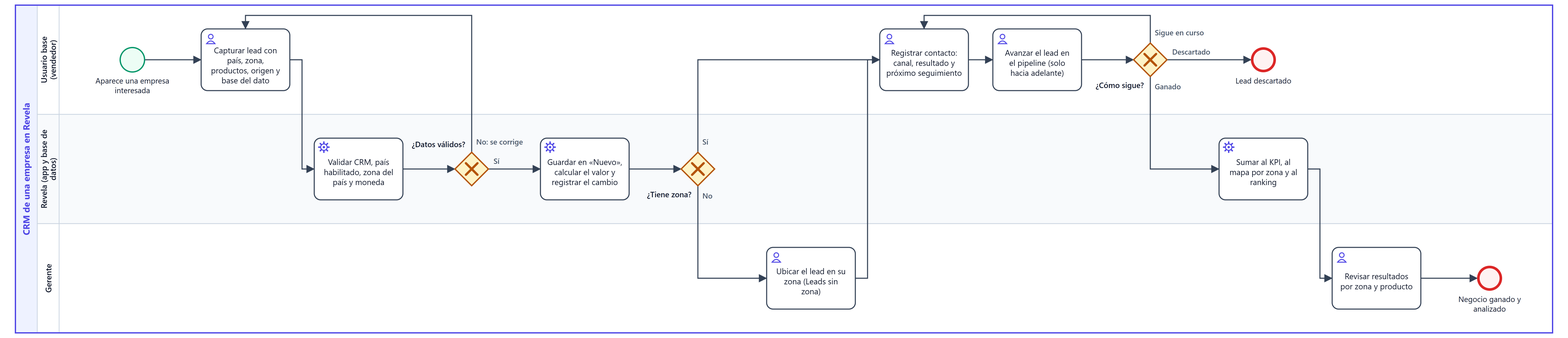
The BPMN diagram docs/bpmn/diapositiva/proceso-comercial.png in YairCosta/CAPSTONE_003D, before a commit. Its source is kept beside it as docs/bpmn/proceso-comercial.bpmn. Ids are renumbered. The source it was exported from:
```xml
<bpmn:definitions xmlns:bpmn="http://www.omg.org/spec/BPMN/20100524/MODEL" xmlns:bpmndi="http://www.omg.org/spec/BPMN/20100524/DI" xmlns:dc="http://www.omg.org/spec/DD/20100524/DC" xmlns:di="http://www.omg.org/spec/DD/20100524/DI" xmlns:xsi="http://www.w3.org/2001/XMLSchema-instance" id="Definiciones_proceso-comercial" targetNamespace="https://revela.cl/bpmn" exporter="Revela (scripts/generar-bpmn.mjs)" exporterVersion="1.0">
  <bpmn:collaboration id="Colaboracion_proceso-comercial">
    <bpmn:documentation>Proceso 1 · De interesado a cliente: de la captura al cierre de un lead</bpmn:documentation>
    <bpmn:participant id="Participante_proceso-comercial" name="CRM de una empresa en Revela" processRef="Proceso_proceso-comercial" />
  </bpmn:collaboration>
  <bpmn:process id="Proceso_proceso-comercial" name="Proceso 1 · De interesado a cliente: de la captura al cierre de un lead" isExecutable="false">
    <bpmn:laneSet id="Carriles_proceso-comercial">
      <bpmn:lane id="Carril_vendedor" name="Usuario base (vendedor)">
        <bpmn:flowNodeRef>Nodo_inicio</bpmn:flowNodeRef>
        <bpmn:flowNodeRef>Nodo_capturar</bpmn:flowNodeRef>
        <bpmn:flowNodeRef>Nodo_contactar</bpmn:flowNodeRef>
        <bpmn:flowNodeRef>Nodo_avanzar</bpmn:flowNodeRef>
        <bpmn:flowNodeRef>Nodo_gResultado</bpmn:flowNodeRef>
        <bpmn:flowNodeRef>Nodo_descartado</bpmn:flowNodeRef>
      </bpmn:lane>
      <bpmn:lane id="Carril_sistema" name="Revela (app y base de datos)">
        <bpmn:flowNodeRef>Nodo_validar</bpmn:flowNodeRef>
        <bpmn:flowNodeRef>Nodo_gValido</bpmn:flowNodeRef>
        <bpmn:flowNodeRef>Nodo_guardar</bpmn:flowNodeRef>
        <bpmn:flowNodeRef>Nodo_gZona</bpmn:flowNodeRef>
        <bpmn:flowNodeRef>Nodo_kpi</bpmn:flowNodeRef>
      </bpmn:lane>
      <bpmn:lane id="Carril_gerente" name="Gerente">
        <bpmn:flowNodeRef>Nodo_ubicar</bpmn:flowNodeRef>
        <bpmn:flowNodeRef>Nodo_revisar</bpmn:flowNodeRef>
        <bpmn:flowNodeRef>Nodo_ganado</bpmn:flowNodeRef>
      </bpmn:lane>
    </bpmn:laneSet>
    <bpmn:startEvent id="Nodo_inicio" name="Aparece una empresa interesada">
      <bpmn:outgoing>Flujo_1</bpmn:outgoing>
    </bpmn:startEvent>
    <bpmn:userTask id="Nodo_capturar" name="Capturar lead con país, zona, productos, origen y base del dato">
      <bpmn:incoming>Flujo_1</bpmn:incoming>
      <bpmn:incoming>Flujo_4</bpmn:incoming>
      <bpmn:outgoing>Flujo_2</bpmn:outgoing>
    </bpmn:userTask>
    <bpmn:serviceTask id="Nodo_validar" name="Validar CRM, país habilitado, zona del país y moneda">
      <bpmn:incoming>Flujo_2</bpmn:incoming>
      <bpmn:outgoing>Flujo_3</bpmn:outgoing>
    </bpmn:serviceTask>
    <bpmn:exclusiveGateway id="Nodo_gValido" name="¿Datos válidos?">
      <bpmn:incoming>Flujo_3</bpmn:incoming>
      <bpmn:outgoing>Flujo_4</bpmn:outgoing>
      <bpmn:outgoing>Flujo_5</bpmn:outgoing>
    </bpmn:exclusiveGateway>
    <bpmn:serviceTask id="Nodo_guardar" name="Guardar en «Nuevo», calcular el valor y registrar el cambio">
      <bpmn:incoming>Flujo_5</bpmn:incoming>
      <bpmn:outgoing>Flujo_6</bpmn:outgoing>
    </bpmn:serviceTask>
    <bpmn:exclusiveGateway id="Nodo_gZona" name="¿Tiene zona?">
      <bpmn:incoming>Flujo_6</bpmn:incoming>
      <bpmn:outgoing>Flujo_7</bpmn:outgoing>
      <bpmn:outgoing>Flujo_8</bpmn:outgoing>
    </bpmn:exclusiveGateway>
    <bpmn:userTask id="Nodo_ubicar" name="Ubicar el lead en su zona (Leads sin zona)">
      <bpmn:incoming>Flujo_7</bpmn:incoming>
      <bpmn:outgoing>Flujo_9</bpmn:outgoing>
    </bpmn:userTask>
    <bpmn:userTask id="Nodo_contactar" name="Registrar contacto: canal, resultado y próximo seguimiento">
      <bpmn:incoming>Flujo_8</bpmn:incoming>
      <bpmn:incoming>Flujo_9</bpmn:incoming>
      <bpmn:incoming>Flujo_12</bpmn:incoming>
      <bpmn:outgoing>Flujo_10</bpmn:outgoing>
    </bpmn:userTask>
    <bpmn:userTask id="Nodo_avanzar" name="Avanzar el lead en el pipeline (solo hacia adelante)">
      <bpmn:incoming>Flujo_10</bpmn:incoming>
      <bpmn:outgoing>Flujo_11</bpmn:outgoing>
    </bpmn:userTask>
    <bpmn:exclusiveGateway id="Nodo_gResultado" name="¿Cómo sigue?">
      <bpmn:incoming>Flujo_11</bpmn:incoming>
      <bpmn:outgoing>Flujo_12</bpmn:outgoing>
      <bpmn:outgoing>Flujo_13</bpmn:outgoing>
      <bpmn:outgoing>Flujo_14</bpmn:outgoing>
    </bpmn:exclusiveGateway>
    <bpmn:endEvent id="Nodo_descartado" name="Lead descartado">
      <bpmn:incoming>Flujo_13</bpmn:incoming>
    </bpmn:endEvent>
    <bpmn:serviceTask id="Nodo_kpi" name="Sumar al KPI, al mapa por zona y al ranking">
      <bpmn:incoming>Flujo_14</bpmn:incoming>
      <bpmn:outgoing>Flujo_15</bpmn:outgoing>
    </bpmn:serviceTask>
    <bpmn:userTask id="Nodo_revisar" name="Revisar resultados por zona y producto">
      <bpmn:incoming>Flujo_15</bpmn:incoming>
      <bpmn:outgoing>Flujo_16</bpmn:outgoing>
    </bpmn:userTask>
    <bpmn:endEvent id="Nodo_ganado" name="Negocio ganado y analizado">
      <bpmn:incoming>Flujo_16</bpmn:incoming>
    </bpmn:endEvent>
    <bpmn:sequenceFlow id="Flujo_1" sourceRef="Nodo_inicio" targetRef="Nodo_capturar" />
    <bpmn:sequenceFlow id="Flujo_2" sourceRef="Nodo_capturar" targetRef="Nodo_validar" />
    <bpmn:sequenceFlow id="Flujo_3" sourceRef="Nodo_validar" targetRef="Nodo_gValido" />
    <bpmn:sequenceFlow id="Flujo_4" name="No: se corrige" sourceRef="Nodo_gValido" targetRef="Nodo_capturar" />
    <bpmn:sequenceFlow id="Flujo_5" name="Sí" sourceRef="Nodo_gValido" targetRef="Nodo_guardar" />
    <bpmn:sequenceFlow id="Flujo_6" sourceRef="Nodo_guardar" targetRef="Nodo_gZona" />
    <bpmn:sequenceFlow id="Flujo_7" name="No" sourceRef="Nodo_gZona" targetRef="Nodo_ubicar" />
    <bpmn:sequenceFlow id="Flujo_8" name="Sí" sourceRef="Nodo_gZona" targetRef="Nodo_contactar" />
    <bpmn:sequenceFlow id="Flujo_9" sourceRef="Nodo_ubicar" targetRef="Nodo_contactar" />
    <bpmn:sequenceFlow id="Flujo_10" sourceRef="Nodo_contactar" targetRef="Nodo_avanzar" />
    <bpmn:sequenceFlow id="Flujo_11" sourceRef="Nodo_avanzar" targetRef="Nodo_gResultado" />
    <bpmn:sequenceFlow id="Flujo_12" name="Sigue en curso" sourceRef="Nodo_gResultado" targetRef="Nodo_contactar" />
    <bpmn:sequenceFlow id="Flujo_13" name="Descartado" sourceRef="Nodo_gResultado" targetRef="Nodo_descartado" />
    <bpmn:sequenceFlow id="Flujo_14" name="Ganado" sourceRef="Nodo_gResultado" targetRef="Nodo_kpi" />
    <bpmn:sequenceFlow id="Flujo_15" sourceRef="Nodo_kpi" targetRef="Nodo_revisar" />
    <bpmn:sequenceFlow id="Flujo_16" sourceRef="Nodo_revisar" targetRef="Nodo_ganado" />
  </bpmn:process>
  <bpmndi:BPMNDiagram id="Diagrama_proceso-comercial">
    <bpmndi:BPMNPlane id="Plano_proceso-comercial" bpmnElement="Colaboracion_proceso-comercial">
      <bpmndi:BPMNShape id="Participante_proceso-comercial_di" bpmnElement="Participante_proceso-comercial" isHorizontal="true">
        <dc:Bounds x="24" y="94" width="2392" height="510" />
      </bpmndi:BPMNShape>
      <bpmndi:BPMNShape id="Carril_vendedor_di" bpmnElement="Carril_vendedor" isHorizontal="true">
        <dc:Bounds x="58" y="94" width="2358" height="170" />
      </bpmndi:BPMNShape>
      <bpmndi:BPMNShape id="Carril_sistema_di" bpmnElement="Carril_sistema" isHorizontal="true">
        <dc:Bounds x="58" y="264" width="2358" height="170" />
      </bpmndi:BPMNShape>
      <bpmndi:BPMNShape id="Carril_gerente_di" bpmnElement="Carril_gerente" isHorizontal="true">
        <dc:Bounds x="58" y="434" width="2358" height="170" />
      </bpmndi:BPMNShape>
      <bpmndi:BPMNShape id="Nodo_inicio_di" bpmnElement="Nodo_inicio">
        <dc:Bounds x="187" y="160" width="38" height="38" />
        <bpmndi:BPMNLabel><dc:Bounds x="142" y="204" width="128" height="32" /></bpmndi:BPMNLabel>
      </bpmndi:BPMNShape>
      <bpmndi:BPMNShape id="Nodo_capturar_di" bpmnElement="Nodo_capturar">
        <dc:Bounds x="313" y="131" width="138" height="96" />
      </bpmndi:BPMNShape>
      <bpmndi:BPMNShape id="Nodo_validar_di" bpmnElement="Nodo_validar">
        <dc:Bounds x="489" y="301" width="138" height="96" />
      </bpmndi:BPMNShape>
      <bpmndi:BPMNShape id="Nodo_gValido_di" bpmnElement="Nodo_gValido" isMarkerVisible="true">
        <dc:Bounds x="708" y="323" width="52" height="52" />
        <bpmndi:BPMNLabel><dc:Bounds x="623" y="303" width="101" height="17" /></bpmndi:BPMNLabel>
      </bpmndi:BPMNShape>
      <bpmndi:BPMNShape id="Nodo_guardar_di" bpmnElement="Nodo_guardar">
        <dc:Bounds x="841" y="301" width="138" height="96" />
      </bpmndi:BPMNShape>
      <bpmndi:BPMNShape id="Nodo_gZona_di" bpmnElement="Nodo_gZona" isMarkerVisible="true">
        <dc:Bounds x="1060" y="323" width="52" height="52" />
        <bpmndi:BPMNLabel><dc:Bounds x="995" y="381" width="81" height="17" /></bpmndi:BPMNLabel>
      </bpmndi:BPMNShape>
      <bpmndi:BPMNShape id="Nodo_ubicar_di" bpmnElement="Nodo_ubicar">
        <dc:Bounds x="1193" y="471" width="138" height="96" />
      </bpmndi:BPMNShape>
      <bpmndi:BPMNShape id="Nodo_contactar_di" bpmnElement="Nodo_contactar">
        <dc:Bounds x="1369" y="131" width="138" height="96" />
      </bpmndi:BPMNShape>
      <bpmndi:BPMNShape id="Nodo_avanzar_di" bpmnElement="Nodo_avanzar">
        <dc:Bounds x="1545" y="131" width="138" height="96" />
      </bpmndi:BPMNShape>
      <bpmndi:BPMNShape id="Nodo_gResultado_di" bpmnElement="Nodo_gResultado" isMarkerVisible="true">
        <dc:Bounds x="1764" y="153" width="52" height="52" />
        <bpmndi:BPMNLabel><dc:Bounds x="1699" y="211" width="81" height="17" /></bpmndi:BPMNLabel>
      </bpmndi:BPMNShape>
      <bpmndi:BPMNShape id="Nodo_descartado_di" bpmnElement="Nodo_descartado">
        <dc:Bounds x="1947" y="160" width="38" height="38" />
        <bpmndi:BPMNLabel><dc:Bounds x="1916" y="204" width="101" height="17" /></bpmndi:BPMNLabel>
      </bpmndi:BPMNShape>
      <bpmndi:BPMNShape id="Nodo_kpi_di" bpmnElement="Nodo_kpi">
        <dc:Bounds x="1897" y="301" width="138" height="96" />
      </bpmndi:BPMNShape>
      <bpmndi:BPMNShape id="Nodo_revisar_di" bpmnElement="Nodo_revisar">
        <dc:Bounds x="2073" y="471" width="138" height="96" />
      </bpmndi:BPMNShape>
      <bpmndi:BPMNShape id="Nodo_ganado_di" bpmnElement="Nodo_ganado">
        <dc:Bounds x="2299" y="500" width="38" height="38" />
        <bpmndi:BPMNLabel><dc:Bounds x="2264" y="544" width="108" height="32" /></bpmndi:BPMNLabel>
      </bpmndi:BPMNShape>
      <bpmndi:BPMNEdge id="Flujo_1_di" bpmnElement="Flujo_1">
        <di:waypoint x="225" y="179" />
        <di:waypoint x="313" y="179" />
      </bpmndi:BPMNEdge>
      <bpmndi:BPMNEdge id="Flujo_2_di" bpmnElement="Flujo_2">
        <di:waypoint x="451" y="179" />
        <di:waypoint x="470" y="179" />
        <di:waypoint x="470" y="349" />
        <di:waypoint x="489" y="349" />
      </bpmndi:BPMNEdge>
      <bpmndi:BPMNEdge id="Flujo_3_di" bpmnElement="Flujo_3">
        <di:waypoint x="627" y="349" />
        <di:waypoint x="708" y="349" />
      </bpmndi:BPMNEdge>
      <bpmndi:BPMNEdge id="Flujo_4_di" bpmnElement="Flujo_4">
        <di:waypoint x="734" y="323" />
        <di:waypoint x="734" y="110" />
        <di:waypoint x="382" y="110" />
        <di:waypoint x="382" y="131" />
      </bpmndi:BPMNEdge>
      <bpmndi:BPMNEdge id="Flujo_5_di" bpmnElement="Flujo_5">
        <di:waypoint x="760" y="349" />
        <di:waypoint x="841" y="349" />
      </bpmndi:BPMNEdge>
      <bpmndi:BPMNEdge id="Flujo_6_di" bpmnElement="Flujo_6">
        <di:waypoint x="979" y="349" />
        <di:waypoint x="1060" y="349" />
      </bpmndi:BPMNEdge>
      <bpmndi:BPMNEdge id="Flujo_7_di" bpmnElement="Flujo_7">
        <di:waypoint x="1086" y="375" />
        <di:waypoint x="1086" y="519" />
        <di:waypoint x="1193" y="519" />
      </bpmndi:BPMNEdge>
      <bpmndi:BPMNEdge id="Flujo_8_di" bpmnElement="Flujo_8">
        <di:waypoint x="1086" y="323" />
        <di:waypoint x="1086" y="179" />
        <di:waypoint x="1369" y="179" />
      </bpmndi:BPMNEdge>
      <bpmndi:BPMNEdge id="Flujo_9_di" bpmnElement="Flujo_9">
        <di:waypoint x="1331" y="519" />
        <di:waypoint x="1350" y="519" />
        <di:waypoint x="1350" y="179" />
        <di:waypoint x="1369" y="179" />
      </bpmndi:BPMNEdge>
      <bpmndi:BPMNEdge id="Flujo_10_di" bpmnElement="Flujo_10">
        <di:waypoint x="1507" y="179" />
        <di:waypoint x="1545" y="179" />
      </bpmndi:BPMNEdge>
      <bpmndi:BPMNEdge id="Flujo_11_di" bpmnElement="Flujo_11">
        <di:waypoint x="1683" y="179" />
        <di:waypoint x="1764" y="179" />
      </bpmndi:BPMNEdge>
      <bpmndi:BPMNEdge id="Flujo_12_di" bpmnElement="Flujo_12">
        <di:waypoint x="1790" y="153" />
        <di:waypoint x="1790" y="110" />
        <di:waypoint x="1438" y="110" />
        <di:waypoint x="1438" y="131" />
      </bpmndi:BPMNEdge>
      <bpmndi:BPMNEdge id="Flujo_13_di" bpmnElement="Flujo_13">
        <di:waypoint x="1816" y="179" />
        <di:waypoint x="1947" y="179" />
      </bpmndi:BPMNEdge>
      <bpmndi:BPMNEdge id="Flujo_14_di" bpmnElement="Flujo_14">
        <di:waypoint x="1790" y="205" />
        <di:waypoint x="1790" y="349" />
        <di:waypoint x="1897" y="349" />
      </bpmndi:BPMNEdge>
      <bpmndi:BPMNEdge id="Flujo_15_di" bpmnElement="Flujo_15">
        <di:waypoint x="2035" y="349" />
        <di:waypoint x="2054" y="349" />
        <di:waypoint x="2054" y="519" />
        <di:waypoint x="2073" y="519" />
      </bpmndi:BPMNEdge>
      <bpmndi:BPMNEdge id="Flujo_16_di" bpmnElement="Flujo_16">
        <di:waypoint x="2211" y="519" />
        <di:waypoint x="2299" y="519" />
      </bpmndi:BPMNEdge>
    </bpmndi:BPMNPlane>
  </bpmndi:BPMNDiagram>
</bpmn:definitions>
```
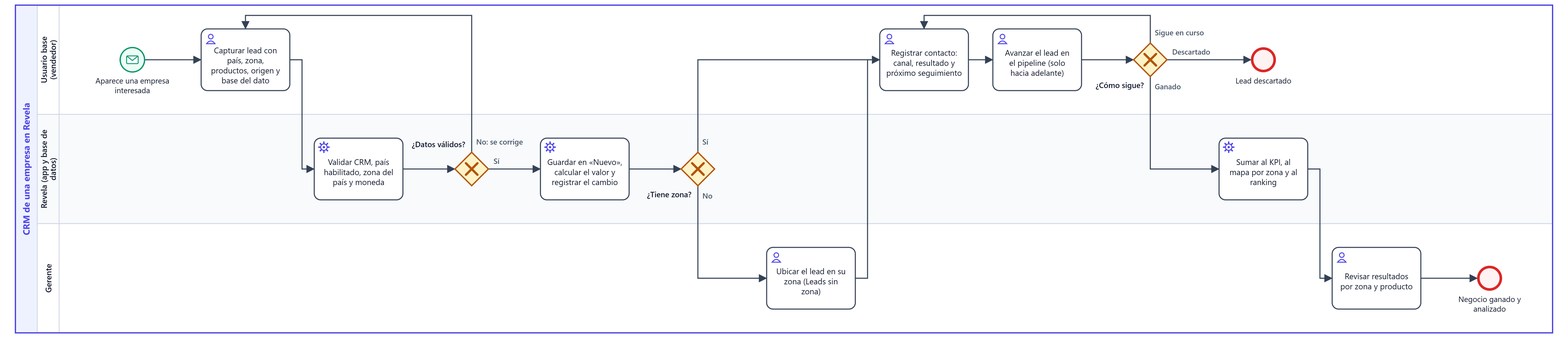
Later version of the same file.

Change to the diagram source:
```diff
@@ -28,6 +28,7 @@
     </bpmn:laneSet>
     <bpmn:startEvent id="Nodo_inicio" name="Aparece una empresa interesada">
       <bpmn:outgoing>Flujo_1</bpmn:outgoing>
+      <bpmn:messageEventDefinition id="Mensaje_inicio" />
     </bpmn:startEvent>
     <bpmn:userTask id="Nodo_capturar" name="Capturar lead con país, zona, productos, origen y base del dato">
       <bpmn:incoming>Flujo_1</bpmn:incoming>
```
